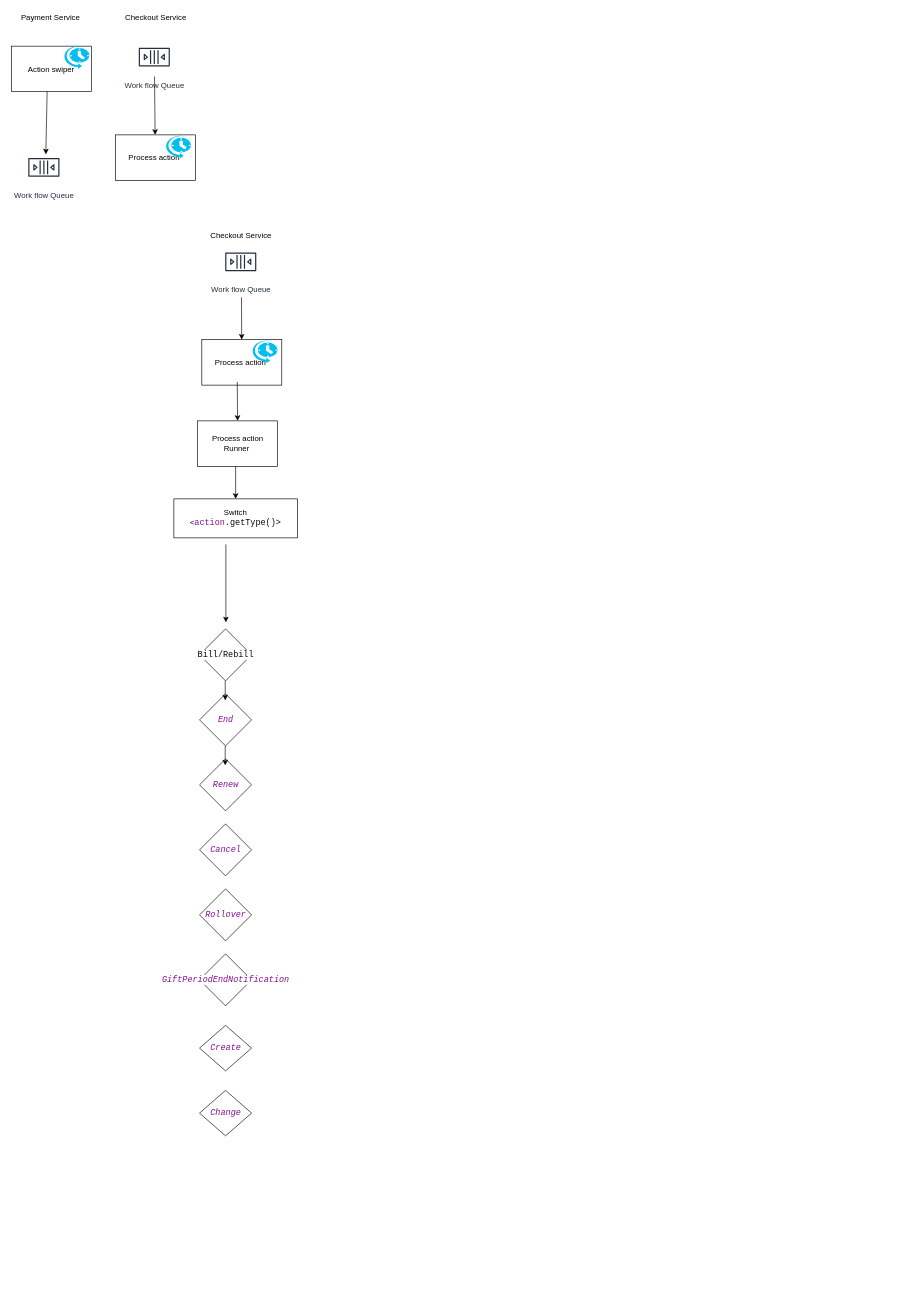
Above: Untitled Diagram.drawio in SARAVANA1990/TestJava (draw.io), before the change. Source tidied: cells renumbered, new cells numbered last; positions are measured from the earlier drawing's top-left corner, leaving out a move shared by most shapes. Both pictures are drawn from the tidied source at 65%, with x=0, y=0 at pixel (11, 11).
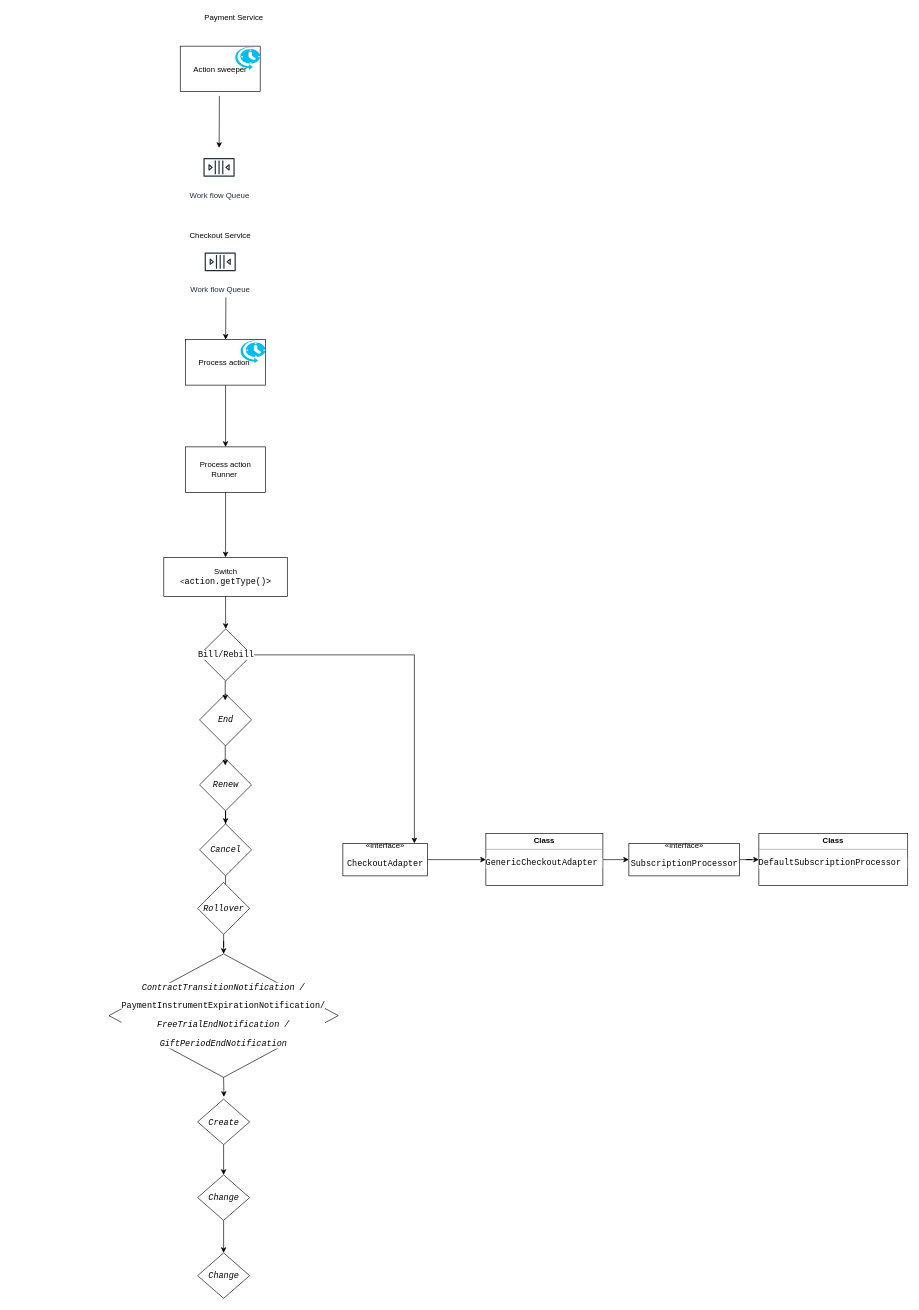
The same diagram, later.

The edit, as a diff of the source:
```diff
@@
+    <mxCell id="32" style="edgeStyle=orthogonalEdgeStyle;rounded=0;jettySize=auto;html=1;exitX=0.5;exitY=1;exitDx=0;exitDy=0;" parent="1" edge="1" source="26">
+      <mxGeometry relative="1" as="geometry">
+        <mxPoint x="327" y="1670" as="targetPoint" />
+      </mxGeometry>
+    </mxCell>
+    <mxCell id="26" value="&lt;pre style=&quot;background-color: rgb(255 , 255 , 255) ; font-family: &amp;#34;jetbrains mono&amp;#34; , monospace ; font-size: 9.8pt&quot;&gt;&lt;pre style=&quot;font-family: &amp;#34;jetbrains mono&amp;#34; , monospace ; font-size: 9.8pt&quot;&gt;&lt;pre style=&quot;font-family: &amp;#34;jetbrains mono&amp;#34; , monospace ; font-size: 9.8pt&quot;&gt;&lt;pre style=&quot;font-family: &amp;#34;jetbrains mono&amp;#34; , monospace ; font-size: 9.8pt&quot;&gt;&lt;span style=&quot;font-style: italic&quot;&gt;ContractTransitionNotification /&lt;/span&gt;&lt;/pre&gt;&lt;/pre&gt;&lt;pre style=&quot;font-family: &amp;#34;jetbrains mono&amp;#34; , monospace ; font-size: 9.8pt&quot;&gt;PaymentInstrumentExpirationNotification/&lt;/pre&gt;&lt;pre style=&quot;font-family: &amp;#34;jetbrains mono&amp;#34; , monospace ; font-size: 9.8pt&quot;&gt;&lt;pre style=&quot;font-family: &amp;#34;jetbrains mono&amp;#34; , monospace ; font-size: 9.8pt&quot;&gt;&lt;span style=&quot;font-style: italic&quot;&gt;FreeTrialEndNotification /&lt;/span&gt;&lt;/pre&gt;&lt;pre style=&quot;font-family: &amp;#34;jetbrains mono&amp;#34; , monospace ; font-size: 9.8pt&quot;&gt;&lt;pre style=&quot;font-family: &amp;#34;jetbrains mono&amp;#34; , monospace ; font-size: 9.8pt&quot;&gt;&lt;span style=&quot;font-style: italic&quot;&gt;GiftPeriodEndNotification&lt;/span&gt;&lt;/pre&gt;&lt;/pre&gt;&lt;/pre&gt;&lt;/pre&gt;&lt;/pre&gt;" style="rhombus;whiteSpace=wrap;html=1;" parent="1" vertex="1">
+      <mxGeometry x="150.1" y="1450" width="352.8" height="190" as="geometry" />
+    </mxCell>
-    <mxCell id="2" value="Action swiper" style="rounded=0;whiteSpace=wrap;html=1;direction=west;" parent="1" vertex="1">
-      <mxGeometry y="53.5" width="123" height="70" as="geometry" />
+    <mxCell id="2" value="Action sweeper" style="rounded=0;whiteSpace=wrap;html=1;direction=west;" parent="1" vertex="1">
+      <mxGeometry x="259.8" y="53.5" width="123" height="70" as="geometry" />
     </mxCell>
     <mxCell id="3" value="Work flow Queue" style="outlineConnect=0;fontColor=#232F3E;gradientColor=none;strokeColor=#232F3E;fillColor=#ffffff;dashed=0;verticalLabelPosition=bottom;verticalAlign=top;align=center;html=1;fontSize=12;fontStyle=0;shape=mxgraph.aws4.resourceIcon;resIcon=mxgraph.aws4.queue;" parent="1" vertex="1">
-      <mxGeometry x="20" y="210" width="60" height="60" as="geometry" />
+      <mxGeometry x="289.5" y="210" width="60" height="60" as="geometry" />
     </mxCell>
-    <mxCell id="4" style="endArrow=classic;html=1;exitX=0.553;exitY=0.007;exitDx=0;exitDy=0;exitPerimeter=0;" parent="1" edge="1" source="2">
-      <mxGeometry relative="1" as="geometry">
-        <mxPoint x="53" y="220" as="targetPoint" />
-      </mxGeometry>
-    </mxCell>
     <mxCell id="5" value="Payment Service" style="text;html=1;align=center;verticalAlign=middle;" parent="1" vertex="1">
-      <mxGeometry x="5" width="110" height="20" as="geometry" />
+      <mxGeometry x="286.5" width="110" height="20" as="geometry" />
     </mxCell>
-    <mxCell id="6" value="Work flow Queue" style="outlineConnect=0;fontColor=#232F3E;gradientColor=none;strokeColor=#232F3E;fillColor=#ffffff;dashed=0;verticalLabelPosition=bottom;verticalAlign=top;align=center;html=1;fontSize=12;fontStyle=0;shape=mxgraph.aws4.resourceIcon;resIcon=mxgraph.aws4.queue;" parent="1" vertex="1">
-      <mxGeometry x="190" y="40.4" width="59.8" height="59.8" as="geometry" />
-    </mxCell>
-    <mxCell id="7" value="Checkout Service" style="text;html=1;align=center;verticalAlign=middle;" parent="1" vertex="1">
-      <mxGeometry x="166.5" width="110" height="20" as="geometry" />
-    </mxCell>
-    <mxCell id="8" value="&lt;span&gt;Process action&amp;nbsp;&lt;/span&gt;" style="rounded=0;whiteSpace=wrap;html=1;direction=west;" parent="1" vertex="1">
-      <mxGeometry x="160" y="190" width="123" height="70" as="geometry" />
-    </mxCell>
-    <mxCell id="9" style="endArrow=classic;html=1;" parent="1" edge="1" source="6" target="8">
-      <mxGeometry relative="1" as="geometry" />
-    </mxCell>
     <mxCell id="10" style="verticalLabelPosition=bottom;html=1;verticalAlign=top;align=center;strokeColor=none;fillColor=#00BEF2;shape=mxgraph.azure.scheduler;" parent="1" vertex="1">
-      <mxGeometry x="80" y="52" width="40" height="36.5" as="geometry" />
+      <mxGeometry x="342.8" y="53.5" width="40" height="36.5" as="geometry" />
     </mxCell>
-    <mxCell id="11" style="verticalLabelPosition=bottom;html=1;verticalAlign=top;align=center;strokeColor=none;fillColor=#00BEF2;shape=mxgraph.azure.scheduler;" parent="1" vertex="1">
-      <mxGeometry x="236.5" y="190" width="40" height="36.5" as="geometry" />
-    </mxCell>
     <mxCell id="12" value="Work flow Queue" style="fontColor=#232F3E;gradientColor=none;strokeColor=#232F3E;fillColor=#ffffff;dashed=0;verticalLabelPosition=bottom;verticalAlign=top;align=center;html=1;fontSize=12;fontStyle=0;shape=mxgraph.aws4.resourceIcon;resIcon=mxgraph.aws4.queue;" parent="1" vertex="1">
-      <mxGeometry x="323" y="355.4" width="59.8" height="59.8" as="geometry" />
+      <mxGeometry x="291.4" y="355.4" width="59.8" height="59.8" as="geometry" />
     </mxCell>
     <mxCell id="13" value="Checkout Service" style="text;html=1;align=center;verticalAlign=middle;" parent="1" vertex="1">
-      <mxGeometry x="297.9" y="335.4" width="110" height="20" as="geometry" />
+      <mxGeometry x="266.2" y="335.4" width="110" height="20" as="geometry" />
     </mxCell>
+    <mxCell id="33" style="edgeStyle=orthogonalEdgeStyle;rounded=0;jettySize=auto;html=1;" parent="1" edge="1" source="14" target="17">
+      <mxGeometry relative="1" as="geometry" />
+    </mxCell>
     <mxCell id="14" value="&lt;span&gt;Process action&amp;nbsp;&lt;/span&gt;" style="rounded=0;whiteSpace=wrap;html=1;direction=west;" parent="1" vertex="1">
-      <mxGeometry x="293" y="505" width="123" height="70" as="geometry" />
+      <mxGeometry x="268" y="505" width="123" height="70" as="geometry" />
     </mxCell>
     <mxCell id="15" style="endArrow=classic;html=1;" parent="1" edge="1" target="14">
       <mxGeometry relative="1" as="geometry">
-        <mxPoint x="354" y="440" as="sourcePoint" />
+        <mxPoint x="330" y="440" as="sourcePoint" />
       </mxGeometry>
     </mxCell>
     <mxCell id="16" style="verticalLabelPosition=bottom;html=1;verticalAlign=top;align=center;strokeColor=none;fillColor=#00BEF2;shape=mxgraph.azure.scheduler;" parent="1" vertex="1">
-      <mxGeometry x="369.5" y="505" width="40" height="36.5" as="geometry" />
+      <mxGeometry x="351" y="505" width="40" height="36.5" as="geometry" />
     </mxCell>
+    <mxCell id="34" style="edgeStyle=orthogonalEdgeStyle;rounded=0;jettySize=auto;html=1;" parent="1" edge="1" source="17" target="19">
+      <mxGeometry relative="1" as="geometry" />
+    </mxCell>
     <mxCell id="17" value="&lt;span&gt;Process action Runner&amp;nbsp;&lt;/span&gt;" style="rounded=0;whiteSpace=wrap;html=1;direction=west;" parent="1" vertex="1">
-      <mxGeometry x="286.5" y="630" width="123" height="70" as="geometry" />
+      <mxGeometry x="268" y="670" width="123" height="70" as="geometry" />
     </mxCell>
-    <mxCell id="18" style="endArrow=classic;html=1;" parent="1" edge="1">
-      <mxGeometry relative="1" as="geometry">
-        <mxPoint x="347.5" y="570" as="sourcePoint" />
-        <mxPoint x="348" y="630" as="targetPoint" />
-      </mxGeometry>
-    </mxCell>
+    <mxCell id="35" style="edgeStyle=orthogonalEdgeStyle;rounded=0;jettySize=auto;html=1;" parent="1" edge="1" source="19" target="21">
+      <mxGeometry relative="1" as="geometry" />
+    </mxCell>
-    <mxCell id="19" value="Switch&lt;br&gt;&amp;lt;&lt;span style=&quot;font-family: &amp;#34;jetbrains mono&amp;#34; , monospace ; font-size: 9.8pt ; color: rgb(135 , 16 , 148)&quot;&gt;action&lt;/span&gt;&lt;span style=&quot;background-color: rgb(255 , 255 , 255) ; color: rgb(8 , 8 , 8) ; font-family: &amp;#34;jetbrains mono&amp;#34; , monospace ; font-size: 9.8pt&quot;&gt;.getType()&amp;gt;&lt;/span&gt;" style="rounded=0;whiteSpace=wrap;html=1;" parent="1" vertex="1">
-      <mxGeometry x="250" y="750" width="190" height="60" as="geometry" />
+    <mxCell id="19" value="Switch&lt;br&gt;&amp;lt;&lt;span style=&quot;font-family: &amp;#34;jetbrains mono&amp;#34; , monospace ; font-size: 9.8pt&quot;&gt;action&lt;/span&gt;&lt;span style=&quot;background-color: rgb(255 , 255 , 255) ; font-family: &amp;#34;jetbrains mono&amp;#34; , monospace ; font-size: 9.8pt&quot;&gt;.getType()&amp;gt;&lt;/span&gt;" style="rounded=0;whiteSpace=wrap;html=1;" parent="1" vertex="1">
+      <mxGeometry x="234.5" y="840" width="190" height="60" as="geometry" />
     </mxCell>
-    <mxCell id="20" style="endArrow=classic;html=1;entryX=0.5;entryY=0;entryDx=0;entryDy=0;" parent="1" edge="1" target="19">
-      <mxGeometry relative="1" as="geometry">
-        <mxPoint x="345" y="700" as="sourcePoint" />
-      </mxGeometry>
-    </mxCell>
+    <mxCell id="36" style="edgeStyle=orthogonalEdgeStyle;rounded=0;jettySize=auto;html=1;" parent="1" edge="1" source="21" target="45">
+      <mxGeometry relative="1" as="geometry">
+        <Array as="points">
+          <mxPoint x="620" y="990" />
+        </Array>
+      </mxGeometry>
+    </mxCell>
     <mxCell id="21" value="&lt;pre style=&quot;background-color: #ffffff ; color: #080808 ; font-family: &amp;#34;jetbrains mono&amp;#34; , monospace ; font-size: 9.8pt&quot;&gt;Bill/Rebill&lt;/pre&gt;" style="rhombus;whiteSpace=wrap;html=1;" parent="1" vertex="1">
-      <mxGeometry x="289.5" y="950" width="80" height="80" as="geometry" />
+      <mxGeometry x="289.5" y="950" width="80.5" height="80" as="geometry" />
     </mxCell>
-    <mxCell id="22" value="&lt;pre style=&quot;background-color: #ffffff ; color: #080808 ; font-family: &amp;#34;jetbrains mono&amp;#34; , monospace ; font-size: 9.8pt&quot;&gt;&lt;span style=&quot;color: #871094 ; font-style: italic&quot;&gt;End&lt;/span&gt;&lt;/pre&gt;" style="rhombus;whiteSpace=wrap;html=1;" parent="1" vertex="1">
+    <mxCell id="22" value="&lt;pre style=&quot;background-color: rgb(255 , 255 , 255) ; font-family: &amp;#34;jetbrains mono&amp;#34; , monospace ; font-size: 9.8pt&quot;&gt;&lt;span style=&quot;font-style: italic&quot;&gt;End&lt;/span&gt;&lt;/pre&gt;" style="rhombus;whiteSpace=wrap;html=1;" parent="1" vertex="1">
       <mxGeometry x="289.5" y="1050" width="80" height="80" as="geometry" />
     </mxCell>
+    <mxCell id="37" style="edgeStyle=orthogonalEdgeStyle;rounded=0;jettySize=auto;html=1;" parent="1" edge="1" source="23" target="24">
+      <mxGeometry relative="1" as="geometry" />
+    </mxCell>
-    <mxCell id="23" value="&lt;pre style=&quot;background-color: #ffffff ; color: #080808 ; font-family: &amp;#34;jetbrains mono&amp;#34; , monospace ; font-size: 9.8pt&quot;&gt;&lt;span style=&quot;color: #871094 ; font-style: italic&quot;&gt;Renew&lt;/span&gt;&lt;/pre&gt;" style="rhombus;whiteSpace=wrap;html=1;" parent="1" vertex="1">
+    <mxCell id="23" value="&lt;pre style=&quot;background-color: rgb(255 , 255 , 255) ; font-family: &amp;#34;jetbrains mono&amp;#34; , monospace ; font-size: 9.8pt&quot;&gt;&lt;span style=&quot;font-style: italic&quot;&gt;Renew&lt;/span&gt;&lt;/pre&gt;" style="rhombus;whiteSpace=wrap;html=1;" parent="1" vertex="1">
       <mxGeometry x="289.5" y="1150" width="80" height="80" as="geometry" />
     </mxCell>
+    <mxCell id="38" style="edgeStyle=orthogonalEdgeStyle;rounded=0;jettySize=auto;html=1;" parent="1" edge="1" source="24" target="25">
+      <mxGeometry relative="1" as="geometry" />
+    </mxCell>
-    <mxCell id="24" value="&lt;pre style=&quot;background-color: #ffffff ; color: #080808 ; font-family: &amp;#34;jetbrains mono&amp;#34; , monospace ; font-size: 9.8pt&quot;&gt;&lt;span style=&quot;color: #871094 ; font-style: italic&quot;&gt;Cancel&lt;/span&gt;&lt;/pre&gt;" style="rhombus;whiteSpace=wrap;html=1;" parent="1" vertex="1">
+    <mxCell id="24" value="&lt;pre style=&quot;background-color: rgb(255 , 255 , 255) ; font-family: &amp;#34;jetbrains mono&amp;#34; , monospace ; font-size: 9.8pt&quot;&gt;&lt;span style=&quot;font-style: italic&quot;&gt;Cancel&lt;/span&gt;&lt;/pre&gt;" style="rhombus;whiteSpace=wrap;html=1;" parent="1" vertex="1">
       <mxGeometry x="289.5" y="1250" width="80" height="80" as="geometry" />
     </mxCell>
+    <mxCell id="39" style="edgeStyle=orthogonalEdgeStyle;rounded=0;jettySize=auto;html=1;" parent="1" edge="1" source="25" target="26">
+      <mxGeometry relative="1" as="geometry" />
+    </mxCell>
-    <mxCell id="25" value="&lt;pre style=&quot;background-color: #ffffff ; color: #080808 ; font-family: &amp;#34;jetbrains mono&amp;#34; , monospace ; font-size: 9.8pt&quot;&gt;&lt;pre style=&quot;font-family: &amp;#34;jetbrains mono&amp;#34; , monospace ; font-size: 9.8pt&quot;&gt;&lt;span style=&quot;color: #871094 ; font-style: italic&quot;&gt;Rollover&lt;/span&gt;&lt;/pre&gt;&lt;/pre&gt;" style="rhombus;whiteSpace=wrap;html=1;" parent="1" vertex="1">
-      <mxGeometry x="289.5" y="1350" width="80" height="80" as="geometry" />
+    <mxCell id="25" value="&lt;pre style=&quot;background-color: rgb(255 , 255 , 255) ; font-family: &amp;#34;jetbrains mono&amp;#34; , monospace ; font-size: 9.8pt&quot;&gt;&lt;pre style=&quot;font-family: &amp;#34;jetbrains mono&amp;#34; , monospace ; font-size: 9.8pt&quot;&gt;&lt;span style=&quot;font-style: italic&quot;&gt;Rollover&lt;/span&gt;&lt;/pre&gt;&lt;/pre&gt;" style="rhombus;whiteSpace=wrap;html=1;" parent="1" vertex="1">
+      <mxGeometry x="286.5" y="1340" width="80" height="80" as="geometry" />
     </mxCell>
-    <mxCell id="26" value="&lt;pre style=&quot;background-color: #ffffff ; color: #080808 ; font-family: &amp;#34;jetbrains mono&amp;#34; , monospace ; font-size: 9.8pt&quot;&gt;&lt;pre style=&quot;font-family: &amp;#34;jetbrains mono&amp;#34; , monospace ; font-size: 9.8pt&quot;&gt;&lt;pre style=&quot;font-family: &amp;#34;jetbrains mono&amp;#34; , monospace ; font-size: 9.8pt&quot;&gt;&lt;span style=&quot;color: #871094 ; font-style: italic&quot;&gt;GiftPeriodEndNotification&lt;/span&gt;&lt;/pre&gt;&lt;/pre&gt;&lt;/pre&gt;" style="rhombus;whiteSpace=wrap;html=1;" parent="1" vertex="1">
-      <mxGeometry x="289.5" y="1450" width="80" height="80" as="geometry" />
-    </mxCell>
+    <mxCell id="40" style="edgeStyle=orthogonalEdgeStyle;rounded=0;jettySize=auto;html=1;" parent="1" edge="1" source="27" target="28">
+      <mxGeometry relative="1" as="geometry" />
+    </mxCell>
-    <mxCell id="27" value="&lt;pre style=&quot;background-color: #ffffff ; color: #080808 ; font-family: &amp;#34;jetbrains mono&amp;#34; , monospace ; font-size: 9.8pt&quot;&gt;&lt;pre style=&quot;font-family: &amp;#34;jetbrains mono&amp;#34; , monospace ; font-size: 9.8pt&quot;&gt;&lt;pre style=&quot;font-family: &amp;#34;jetbrains mono&amp;#34; , monospace ; font-size: 9.8pt&quot;&gt;&lt;span style=&quot;color: #871094 ; font-style: italic&quot;&gt;Create&lt;/span&gt;&lt;/pre&gt;&lt;/pre&gt;&lt;/pre&gt;" style="rhombus;whiteSpace=wrap;html=1;" parent="1" vertex="1">
-      <mxGeometry x="289.5" y="1560" width="80" height="70" as="geometry" />
+    <mxCell id="27" value="&lt;pre style=&quot;background-color: rgb(255 , 255 , 255) ; font-family: &amp;#34;jetbrains mono&amp;#34; , monospace ; font-size: 9.8pt&quot;&gt;&lt;pre style=&quot;font-family: &amp;#34;jetbrains mono&amp;#34; , monospace ; font-size: 9.8pt&quot;&gt;&lt;pre style=&quot;font-family: &amp;#34;jetbrains mono&amp;#34; , monospace ; font-size: 9.8pt&quot;&gt;&lt;span style=&quot;font-style: italic&quot;&gt;Create&lt;/span&gt;&lt;/pre&gt;&lt;/pre&gt;&lt;/pre&gt;" style="rhombus;whiteSpace=wrap;html=1;" parent="1" vertex="1">
+      <mxGeometry x="286.5" y="1673.5" width="80" height="70" as="geometry" />
     </mxCell>
+    <mxCell id="41" style="edgeStyle=orthogonalEdgeStyle;rounded=0;jettySize=auto;html=1;" parent="1" edge="1" source="28" target="43">
+      <mxGeometry relative="1" as="geometry" />
+    </mxCell>
-    <mxCell id="28" value="&lt;pre style=&quot;background-color: #ffffff ; color: #080808 ; font-family: &amp;#34;jetbrains mono&amp;#34; , monospace ; font-size: 9.8pt&quot;&gt;&lt;pre style=&quot;font-family: &amp;#34;jetbrains mono&amp;#34; , monospace ; font-size: 9.8pt&quot;&gt;&lt;pre style=&quot;font-family: &amp;#34;jetbrains mono&amp;#34; , monospace ; font-size: 9.8pt&quot;&gt;&lt;pre style=&quot;font-family: &amp;#34;jetbrains mono&amp;#34; , monospace ; font-size: 9.8pt&quot;&gt;&lt;span style=&quot;color: #871094 ; font-style: italic&quot;&gt;Change&lt;/span&gt;&lt;/pre&gt;&lt;/pre&gt;&lt;/pre&gt;&lt;/pre&gt;" style="rhombus;whiteSpace=wrap;html=1;" parent="1" vertex="1">
-      <mxGeometry x="289.5" y="1660" width="80" height="70" as="geometry" />
+    <mxCell id="28" value="&lt;pre style=&quot;background-color: rgb(255 , 255 , 255) ; font-family: &amp;#34;jetbrains mono&amp;#34; , monospace ; font-size: 9.8pt&quot;&gt;&lt;pre style=&quot;font-family: &amp;#34;jetbrains mono&amp;#34; , monospace ; font-size: 9.8pt&quot;&gt;&lt;pre style=&quot;font-family: &amp;#34;jetbrains mono&amp;#34; , monospace ; font-size: 9.8pt&quot;&gt;&lt;pre style=&quot;font-family: &amp;#34;jetbrains mono&amp;#34; , monospace ; font-size: 9.8pt&quot;&gt;&lt;span style=&quot;font-style: italic&quot;&gt;Change&lt;/span&gt;&lt;/pre&gt;&lt;/pre&gt;&lt;/pre&gt;&lt;/pre&gt;" style="rhombus;whiteSpace=wrap;html=1;" parent="1" vertex="1">
+      <mxGeometry x="286.5" y="1790" width="80" height="70" as="geometry" />
     </mxCell>
-    <mxCell id="29" style="endArrow=classic;html=1;" parent="1" edge="1">
-      <mxGeometry relative="1" as="geometry">
-        <mxPoint x="330" y="820" as="sourcePoint" />
-        <mxPoint x="330" y="940" as="targetPoint" />
-      </mxGeometry>
-    </mxCell>
@@
+    <mxCell id="42" style="endArrow=classic;html=1;" parent="1" edge="1" target="3">
+      <mxGeometry relative="1" as="geometry">
+        <mxPoint x="320" y="130" as="sourcePoint" />
+      </mxGeometry>
+    </mxCell>
+    <mxCell id="43" value="&lt;pre style=&quot;background-color: rgb(255 , 255 , 255) ; font-family: &amp;#34;jetbrains mono&amp;#34; , monospace ; font-size: 9.8pt&quot;&gt;&lt;pre style=&quot;font-family: &amp;#34;jetbrains mono&amp;#34; , monospace ; font-size: 9.8pt&quot;&gt;&lt;pre style=&quot;font-family: &amp;#34;jetbrains mono&amp;#34; , monospace ; font-size: 9.8pt&quot;&gt;&lt;pre style=&quot;font-family: &amp;#34;jetbrains mono&amp;#34; , monospace ; font-size: 9.8pt&quot;&gt;&lt;span style=&quot;font-style: italic&quot;&gt;Change&lt;/span&gt;&lt;/pre&gt;&lt;/pre&gt;&lt;/pre&gt;&lt;/pre&gt;" style="rhombus;whiteSpace=wrap;html=1;" parent="1" vertex="1">
+      <mxGeometry x="286.5" y="1910" width="80" height="70" as="geometry" />
+    </mxCell>
+    <mxCell id="44" style="edgeStyle=orthogonalEdgeStyle;rounded=0;jettySize=auto;html=1;" parent="1" edge="1" source="45" target="47">
+      <mxGeometry relative="1" as="geometry" />
+    </mxCell>
+    <mxCell id="45" value="«interface»&lt;br&gt;&lt;pre style=&quot;background-color: #ffffff ; color: #080808 ; font-family: &amp;#34;jetbrains mono&amp;#34; , monospace ; font-size: 9.8pt&quot;&gt;&lt;span style=&quot;color: #000000&quot;&gt;CheckoutAdapter&lt;/span&gt;&lt;/pre&gt;" style="html=1;strokeColor=#000000;" parent="1" vertex="1">
+      <mxGeometry x="510" y="1280" width="130" height="50" as="geometry" />
+    </mxCell>
+    <mxCell id="46" style="edgeStyle=orthogonalEdgeStyle;rounded=0;jettySize=auto;html=1;" parent="1" edge="1" source="47" target="49">
+      <mxGeometry relative="1" as="geometry" />
+    </mxCell>
+    <mxCell id="47" value="&lt;p style=&quot;margin: 0px ; margin-top: 4px ; text-align: center&quot;&gt;&lt;b&gt;Class&lt;/b&gt;&lt;/p&gt;&lt;hr size=&quot;1&quot;&gt;&lt;div style=&quot;height: 2px&quot;&gt;&lt;pre style=&quot;background-color: #ffffff ; color: #080808 ; font-family: &amp;#34;jetbrains mono&amp;#34; , monospace ; font-size: 9.8pt&quot;&gt;&lt;span style=&quot;color: #000000&quot;&gt;GenericCheckoutAdapter&lt;/span&gt;&lt;/pre&gt;&lt;/div&gt;" style="verticalAlign=top;align=left;overflow=fill;fontSize=12;fontFamily=Helvetica;html=1;strokeColor=#000000;" parent="1" vertex="1">
+      <mxGeometry x="730" y="1265" width="180" height="80" as="geometry" />
+    </mxCell>
+    <mxCell id="48" style="edgeStyle=orthogonalEdgeStyle;rounded=0;jettySize=auto;html=1;" parent="1" edge="1" source="49" target="50">
+      <mxGeometry relative="1" as="geometry" />
+    </mxCell>
+    <mxCell id="49" value="«interface»&lt;br&gt;&lt;pre style=&quot;background-color: #ffffff ; color: #080808 ; font-family: &amp;#34;jetbrains mono&amp;#34; , monospace ; font-size: 9.8pt&quot;&gt;&lt;pre style=&quot;font-family: &amp;#34;jetbrains mono&amp;#34; , monospace ; font-size: 9.8pt&quot;&gt;&lt;span style=&quot;color: #000000&quot;&gt;SubscriptionProcessor&lt;/span&gt;&lt;/pre&gt;&lt;/pre&gt;" style="html=1;strokeColor=#000000;" parent="1" vertex="1">
+      <mxGeometry x="950" y="1280" width="170" height="50" as="geometry" />
+    </mxCell>
+    <mxCell id="50" value="&lt;p style=&quot;margin: 0px ; margin-top: 4px ; text-align: center&quot;&gt;&lt;b&gt;Class&lt;/b&gt;&lt;/p&gt;&lt;hr size=&quot;1&quot;&gt;&lt;div style=&quot;height: 2px&quot;&gt;&lt;pre style=&quot;background-color: #ffffff ; color: #080808 ; font-family: &amp;#34;jetbrains mono&amp;#34; , monospace ; font-size: 9.8pt&quot;&gt;&lt;pre style=&quot;font-family: &amp;#34;jetbrains mono&amp;#34; , monospace ; font-size: 9.8pt&quot;&gt;&lt;span style=&quot;color: #000000&quot;&gt;DefaultSubscriptionProcessor&lt;/span&gt;&lt;/pre&gt;&lt;/pre&gt;&lt;/div&gt;" style="verticalAlign=top;align=left;overflow=fill;fontSize=12;fontFamily=Helvetica;html=1;strokeColor=#000000;" parent="1" vertex="1">
+      <mxGeometry x="1150" y="1265" width="229" height="80" as="geometry" />
+    </mxCell>
```
